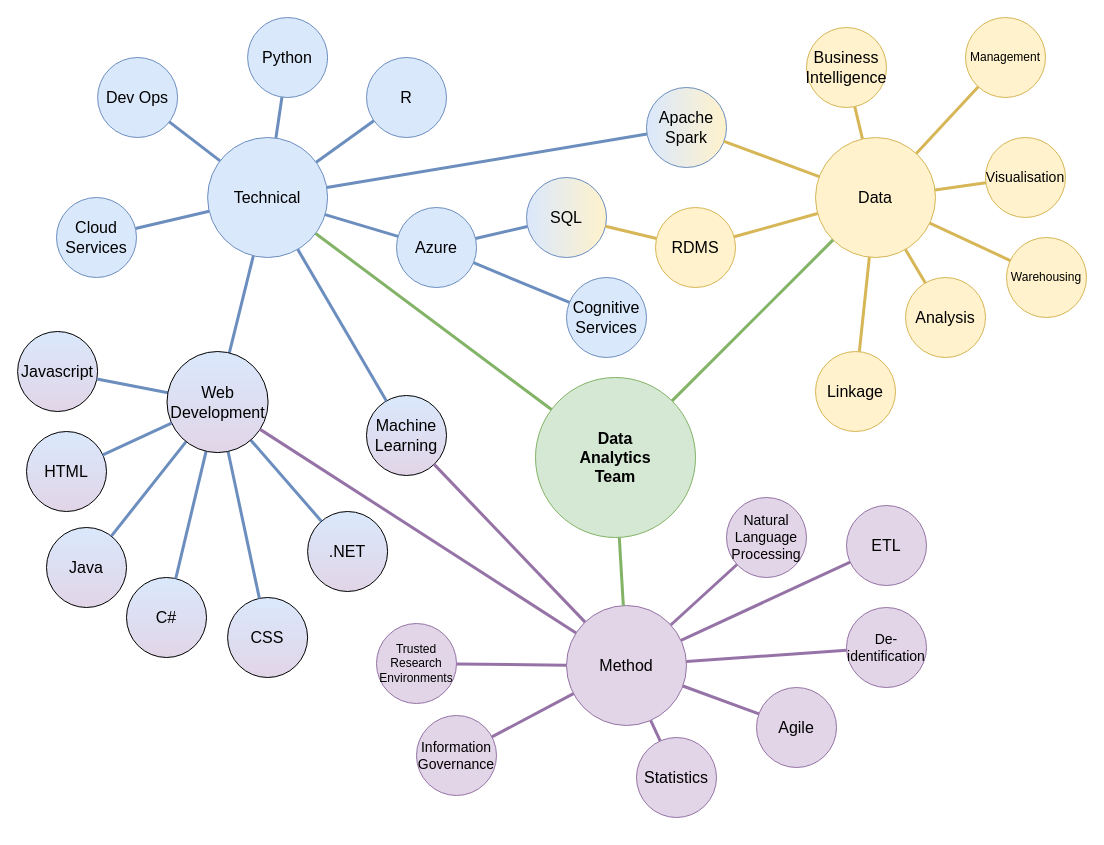
Before: images/dat/dat_skills_1.drawio in LIDA-Data-Analytics-Team/laserdocs_test, a draw.io diagram. Source tidied: cells renumbered, new cells numbered last; positions are measured from the earlier drawing's top-left corner, leaving out a move shared by most shapes. Both pictures are drawn from the tidied source at 100%, with x=0, y=0 at pixel (17, 17).
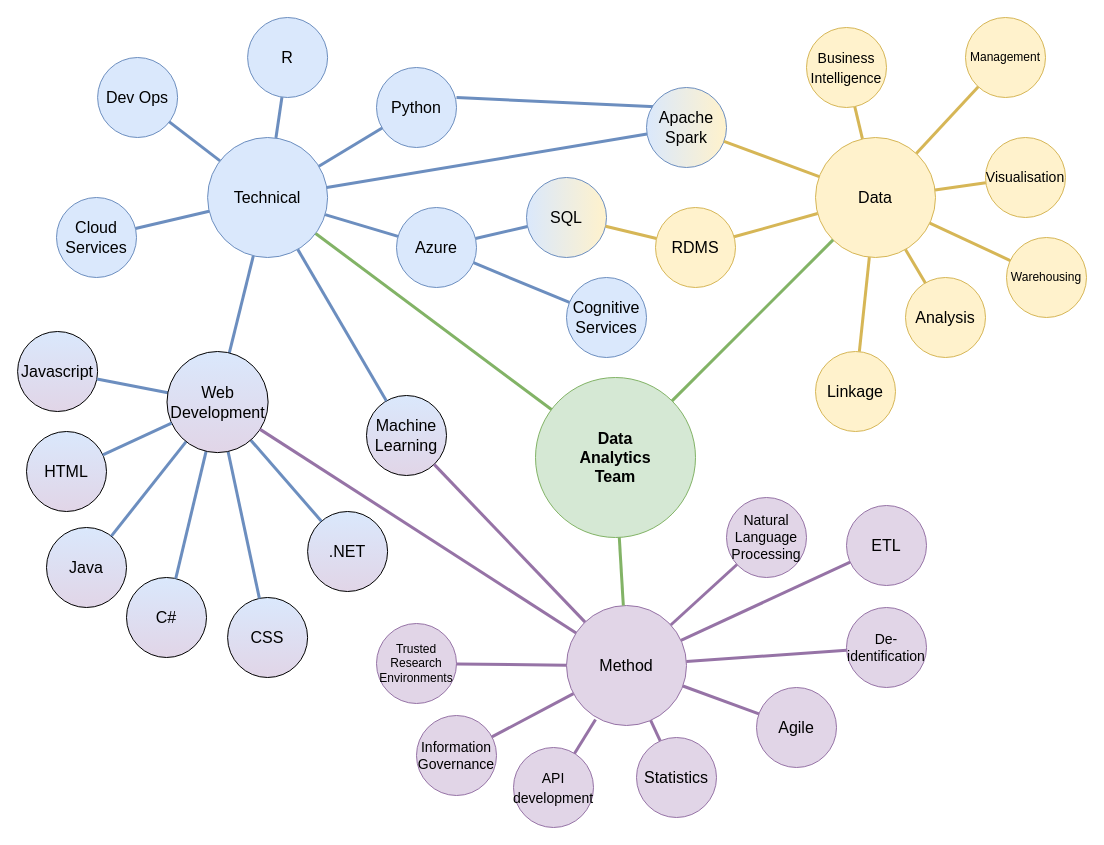
After the change.

Unchanged cells that the change refers to:
```xml
<mxCell id="5" value="Method" style="ellipse;whiteSpace=wrap;html=1;fillColor=#e1d5e7;strokeColor=#9673a6;fontSize=16;" parent="1" vertex="1">
  <mxGeometry x="549" y="588" width="120" height="120" as="geometry" />
</mxCell>
```

Diff of the diagram source:
```diff
@@
+    <mxCell id="73" style="endArrow=none;html=1;rounded=0;entryX=0;entryY=0;entryDx=0;entryDy=0;strokeColor=#6C8EBF;strokeWidth=3;" parent="1" edge="1">
+      <mxGeometry relative="1" as="geometry">
+        <mxPoint x="439" y="80" as="sourcePoint" />
+        <mxPoint x="654.7" y="90" as="targetPoint" />
+      </mxGeometry>
+    </mxCell>
@@
-    <mxCell id="6" value="Business&lt;br style=&quot;font-size: 16px;&quot;&gt;Intelligence" style="ellipse;whiteSpace=wrap;html=1;fillColor=#fff2cc;strokeColor=#d6b656;fontSize=16;" parent="1" vertex="1">
+    <mxCell id="6" value="&lt;font style=&quot;font-size: 14px;&quot;&gt;Business&lt;br style=&quot;&quot;&gt;Intelligence&lt;/font&gt;" style="ellipse;whiteSpace=wrap;html=1;fillColor=#fff2cc;strokeColor=#d6b656;fontSize=16;" parent="1" vertex="1">
       <mxGeometry x="789" y="10" width="80" height="80" as="geometry" />
     </mxCell>
@@
-    <mxCell id="47" value="Python" style="ellipse;whiteSpace=wrap;html=1;gradientDirection=east;fillColor=#dae8fc;strokeColor=#6c8ebf;gradientColor=none;fontSize=16;" parent="1" vertex="1">
+    <mxCell id="47" value="R" style="ellipse;whiteSpace=wrap;html=1;gradientDirection=east;fillColor=#dae8fc;strokeColor=#6c8ebf;gradientColor=none;fontSize=16;" parent="1" vertex="1">
       <mxGeometry x="230.1" width="80" height="80" as="geometry" />
     </mxCell>
@@
-    <mxCell id="49" value="R" style="ellipse;whiteSpace=wrap;html=1;gradientDirection=east;fillColor=#dae8fc;strokeColor=#6c8ebf;gradientColor=none;fontSize=16;" parent="1" vertex="1">
-      <mxGeometry x="349" y="40" width="80" height="80" as="geometry" />
+    <mxCell id="49" value="Python" style="ellipse;whiteSpace=wrap;html=1;gradientDirection=east;fillColor=#dae8fc;strokeColor=#6c8ebf;gradientColor=none;fontSize=16;" parent="1" vertex="1">
+      <mxGeometry x="359" y="50" width="80" height="80" as="geometry" />
     </mxCell>
@@
+    <mxCell id="74" value="&lt;font style=&quot;font-size: 14px;&quot;&gt;API development&lt;/font&gt;" style="ellipse;whiteSpace=wrap;html=1;fillColor=#e1d5e7;strokeColor=#9673a6;fontSize=16;" parent="1" vertex="1">
+      <mxGeometry x="496" y="730" width="80" height="80" as="geometry" />
+    </mxCell>
+    <mxCell id="75" style="endArrow=none;html=1;rounded=0;fontSize=16;strokeColor=#9673A6;strokeWidth=3;exitX=0.242;exitY=0.95;exitDx=0;exitDy=0;exitPerimeter=0;" parent="1" edge="1" source="5" target="74">
+      <mxGeometry relative="1" as="geometry" />
+    </mxCell>
```
